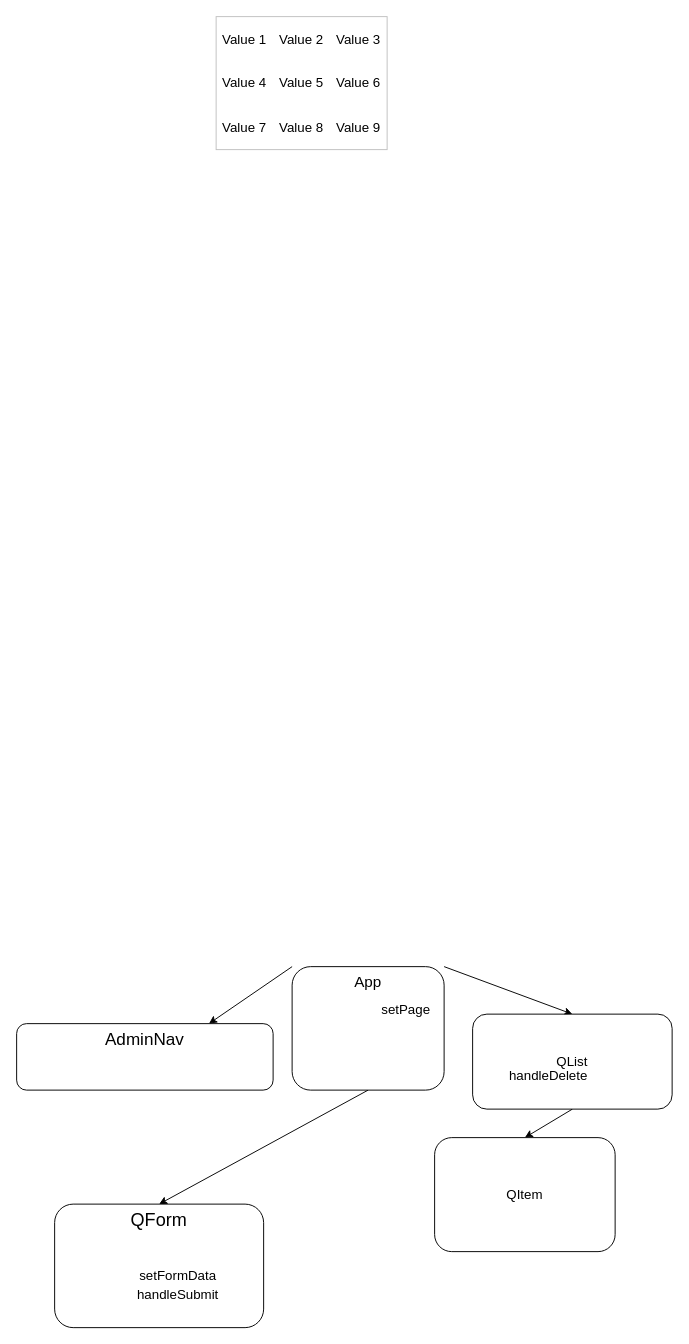
Before: src/componentTree.drawio in learn-co-curriculum/react-hooks-fetch-crud-lab-restore, a draw.io diagram. Source tidied: cells renumbered, new cells numbered last; positions are measured from the earlier drawing's top-left corner, leaving out a move shared by most shapes. Both pictures are drawn from the tidied source at 95%, with x=0, y=0 at pixel (16, 16).
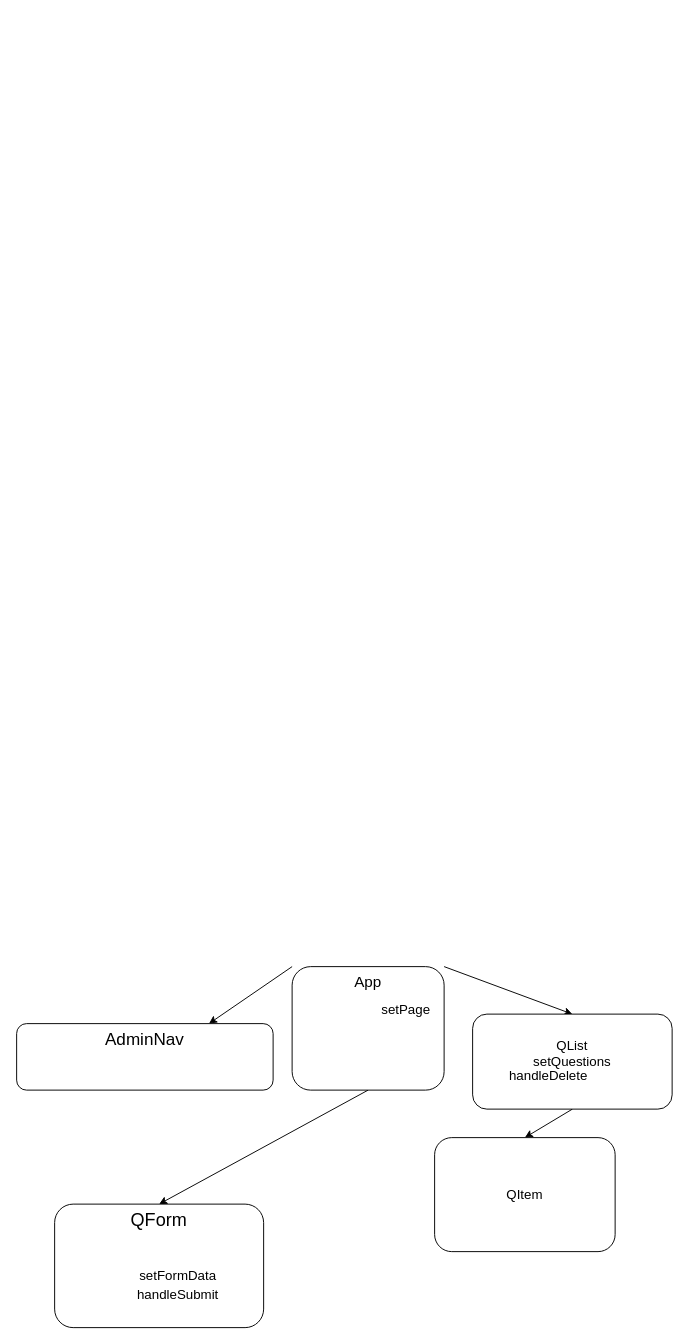
Above is the later version.

Commit message (it also covers changes not shown here):
get function completed, all questions display on pageload

Diff of the diagram source:
```diff
@@
-    <mxCell id="8" value="QList" style="rounded=1;whiteSpace=wrap;html=1;fontSize=14;" parent="1" vertex="1">
+    <mxCell id="8" value="QList&lt;br&gt;setQuestions&lt;br&gt;&lt;span style=&quot;white-space: pre;&quot;&gt;&#9;&lt;/span&gt;" style="rounded=1;whiteSpace=wrap;html=1;fontSize=14;" parent="1" vertex="1">
       <mxGeometry x="480" y="1050" width="210" height="100" as="geometry" />
     </mxCell>
@@
-    <mxCell id="14" style="childLayout=tableLayout;shadow=0;fillColor=none;strokeColor=#C0C0C0;fontSize=14;" parent="1" vertex="1">
-      <mxGeometry x="210" width="180" height="140" as="geometry" />
-    </mxCell>
-    <mxCell id="15" style="shape=tableRow;horizontal=0;startSize=0;swimlaneHead=0;swimlaneBody=0;top=0;left=0;bottom=0;right=0;fontStyle=0;fillColor=none;fontSize=14;" parent="14" vertex="1">
-      <mxGeometry width="180" height="47" as="geometry" />
-    </mxCell>
-    <mxCell id="16" value="Value 1" style="strokeColor=none;fillColor=none;align=center;whiteSpace=wrap;html=1;fontSize=14;" parent="15" vertex="1">
-      <mxGeometry width="60" height="47" as="geometry" />
-    </mxCell>
-    <mxCell id="17" value="Value 2" style="strokeColor=none;fillColor=none;align=center;whiteSpace=wrap;html=1;fontSize=14;" parent="15" vertex="1">
-      <mxGeometry x="60" width="60" height="47" as="geometry" />
-    </mxCell>
-    <mxCell id="18" value="Value 3" style="strokeColor=none;fillColor=none;align=center;whiteSpace=wrap;html=1;fontSize=14;" parent="15" vertex="1">
-      <mxGeometry x="120" width="60" height="47" as="geometry" />
-    </mxCell>
-    <mxCell id="19" style="shape=tableRow;horizontal=0;startSize=0;swimlaneHead=0;swimlaneBody=0;top=0;left=0;bottom=0;right=0;fontStyle=0;fillColor=none;fontSize=14;" parent="14" vertex="1">
-      <mxGeometry y="47" width="180" height="46" as="geometry" />
-    </mxCell>
-    <mxCell id="20" value="Value 4" style="strokeColor=none;fillColor=none;align=center;whiteSpace=wrap;html=1;fontSize=14;" parent="19" vertex="1">
-      <mxGeometry width="60" height="46" as="geometry" />
-    </mxCell>
-    <mxCell id="21" value="Value 5" style="strokeColor=none;fillColor=none;align=center;whiteSpace=wrap;html=1;fontSize=14;" parent="19" vertex="1">
-      <mxGeometry x="60" width="60" height="46" as="geometry" />
-    </mxCell>
-    <mxCell id="22" value="Value 6" style="strokeColor=none;fillColor=none;align=center;whiteSpace=wrap;html=1;fontSize=14;" parent="19" vertex="1">
-      <mxGeometry x="120" width="60" height="46" as="geometry" />
-    </mxCell>
-    <mxCell id="23" style="shape=tableRow;horizontal=0;startSize=0;swimlaneHead=0;swimlaneBody=0;top=0;left=0;bottom=0;right=0;fontStyle=0;fillColor=none;fontSize=14;" parent="14" vertex="1">
-      <mxGeometry y="93" width="180" height="47" as="geometry" />
-    </mxCell>
-    <mxCell id="24" value="Value 7" style="strokeColor=none;fillColor=none;align=center;whiteSpace=wrap;html=1;fontSize=14;" parent="23" vertex="1">
-      <mxGeometry width="60" height="47" as="geometry" />
-    </mxCell>
-    <mxCell id="25" value="Value 8" style="strokeColor=none;fillColor=none;align=center;whiteSpace=wrap;html=1;fontSize=14;" parent="23" vertex="1">
-      <mxGeometry x="60" width="60" height="47" as="geometry" />
-    </mxCell>
-    <mxCell id="26" value="Value 9" style="strokeColor=none;fillColor=none;align=center;whiteSpace=wrap;html=1;fontSize=14;" parent="23" vertex="1">
-      <mxGeometry x="120" width="60" height="47" as="geometry" />
-    </mxCell>
```
